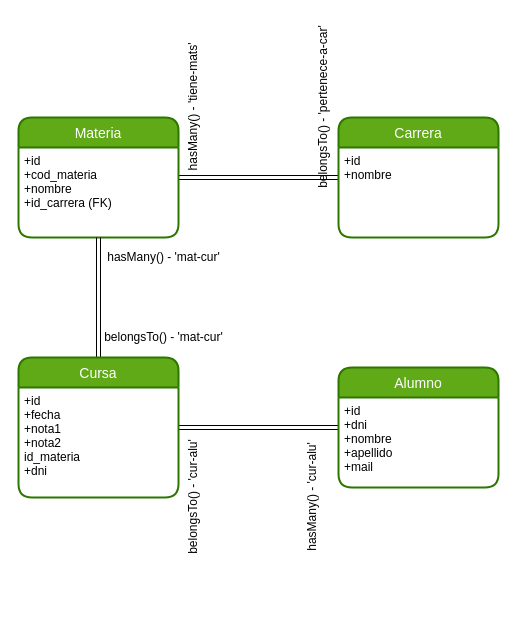
Earlier version of the draw.io diagram diagrama.drawio (Mondone/proyecto-unahur). Source tidied: cells renumbered, new cells numbered last; positions are measured from the earlier drawing's top-left corner, leaving out a move shared by most shapes. Both pictures are drawn from the tidied source at 100%, with x=0, y=0 at pixel (18, 97).
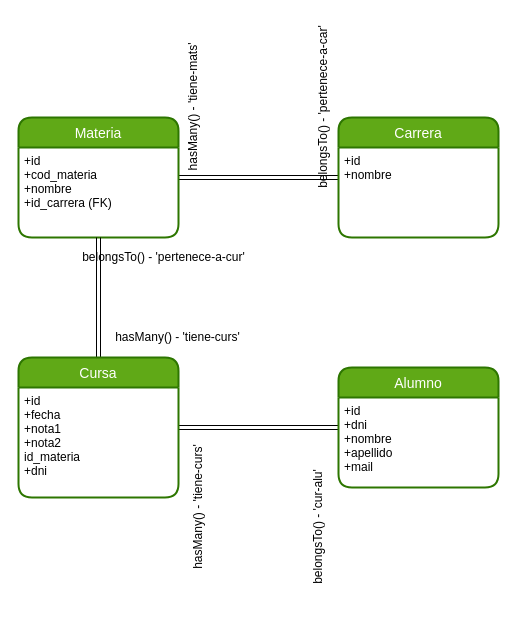
After the change.

Diff of the diagram source:
```diff
@@
 <mxGraphModel>
   <root>
     <mxCell id="0" />
     <mxCell id="1" parent="0" />
     <mxCell id="2" style="edgeStyle=none;html=1;shape=link;" parent="1" edge="1" source="3" target="5">
       <mxGeometry relative="1" as="geometry" />
     </mxCell>
     <mxCell id="3" value="Carrera" style="swimlane;horizontal=1;startSize=30;rounded=1;fontSize=14;fontStyle=0;strokeWidth=2;shadow=0;dashed=0;align=center;fillColor=#60a917;fontColor=#ffffff;strokeColor=#2D7600;gradientColor=none;swimlaneFillColor=default;" parent="1" vertex="1">
       <mxGeometry x="320" y="20" width="160" height="120" as="geometry" />
     </mxCell>
     <mxCell id="4" value="+id&#10;+nombre" style="align=left;strokeColor=none;fillColor=none;spacingLeft=4;fontSize=12;verticalAlign=top;" parent="3" vertex="1">
       <mxGeometry y="30" width="160" height="90" as="geometry" />
     </mxCell>
     <mxCell id="5" value="Materia" style="swimlane;horizontal=1;startSize=30;rounded=1;fontSize=14;fontStyle=0;strokeWidth=2;shadow=0;dashed=0;align=center;fillColor=#60a917;fontColor=#ffffff;strokeColor=#2D7600;swimlaneFillColor=default;" parent="1" vertex="1">
       <mxGeometry y="20" width="160" height="120" as="geometry" />
     </mxCell>
     <mxCell id="6" value="+id&#10;+cod_materia&#10;+nombre&#10;+id_carrera (FK)" style="align=left;strokeColor=none;fillColor=none;spacingLeft=4;fontSize=12;verticalAlign=top;" parent="5" vertex="1">
       <mxGeometry y="30" width="160" height="90" as="geometry" />
     </mxCell>
     <mxCell id="7" style="edgeStyle=none;html=1;shape=link;" parent="1" edge="1" source="8" target="11">
       <mxGeometry relative="1" as="geometry" />
     </mxCell>
     <mxCell id="8" value="Alumno" style="swimlane;horizontal=1;startSize=30;rounded=1;fontSize=14;fontStyle=0;strokeWidth=2;shadow=0;dashed=0;align=center;fillColor=#60a917;fontColor=#ffffff;strokeColor=#2D7600;swimlaneFillColor=default;" parent="1" vertex="1">
       <mxGeometry x="320" y="270" width="160" height="120" as="geometry" />
     </mxCell>
     <mxCell id="9" value="+id&#10;+dni&#10;+nombre&#10;+apellido&#10;+mail" style="align=left;strokeColor=none;fillColor=none;spacingLeft=4;fontSize=12;verticalAlign=top;" parent="8" vertex="1">
       <mxGeometry y="30" width="160" height="90" as="geometry" />
     </mxCell>
     <mxCell id="10" style="edgeStyle=none;html=1;exitX=0.5;exitY=0;exitDx=0;exitDy=0;strokeColor=default;shape=link;" parent="1" edge="1" source="11" target="6">
       <mxGeometry relative="1" as="geometry" />
     </mxCell>
     <mxCell id="11" value="Cursa" style="swimlane;horizontal=1;startSize=30;rounded=1;fontSize=14;fontStyle=0;strokeWidth=2;shadow=0;dashed=0;align=center;fillColor=#60a917;fontColor=#ffffff;strokeColor=#2D7600;swimlaneFillColor=default;" parent="1" vertex="1">
       <mxGeometry y="260" width="160" height="140" as="geometry" />
     </mxCell>
     <mxCell id="12" value="+id&#10;+fecha&#10;+nota1&#10;+nota2&#10;id_materia&#10;+dni" style="align=left;strokeColor=none;fillColor=none;spacingLeft=4;fontSize=12;verticalAlign=top;" parent="11" vertex="1">
       <mxGeometry y="30" width="160" height="110" as="geometry" />
     </mxCell>
     <mxCell id="13" value="hasMany() - 'tiene-mats'" style="text;html=1;align=center;verticalAlign=middle;fillColor=none;strokeColor=none;rounded=0;rotation=-90;" parent="1" vertex="1">
       <mxGeometry x="105" width="140" height="20" as="geometry" />
     </mxCell>
     <mxCell id="14" value="belongsTo() - 'pertenece-a-car'" style="text;html=1;align=center;verticalAlign=middle;fillColor=none;strokeColor=none;rounded=0;rotation=-90;" parent="1" vertex="1">
       <mxGeometry x="215" width="180" height="20" as="geometry" />
     </mxCell>
-    <mxCell id="15" value="belongsTo() - 'mat-cur'" style="text;html=1;align=center;verticalAlign=middle;fillColor=none;strokeColor=none;rounded=0;" parent="1" vertex="1">
-      <mxGeometry x="80" y="230" width="130" height="20" as="geometry" />
+    <mxCell id="15" value="belongsTo() - 'pertenece-a-cur'" style="text;html=1;align=center;verticalAlign=middle;fillColor=none;strokeColor=none;rounded=0;" parent="1" vertex="1">
+      <mxGeometry x="55" y="150" width="180" height="20" as="geometry" />
     </mxCell>
-    <mxCell id="16" value="hasMany() - 'mat-cur'" style="text;html=1;align=center;verticalAlign=middle;fillColor=none;strokeColor=none;rounded=0;" parent="1" vertex="1">
-      <mxGeometry x="80" y="150" width="130" height="20" as="geometry" />
+    <mxCell id="16" value="hasMany() - 'tiene-curs'" style="text;html=1;align=center;verticalAlign=middle;fillColor=none;strokeColor=none;rounded=0;" parent="1" vertex="1">
+      <mxGeometry x="89" y="230" width="140" height="20" as="geometry" />
     </mxCell>
-    <mxCell id="17" value="hasMany() - 'cur-alu'" style="text;html=1;align=center;verticalAlign=middle;fillColor=none;strokeColor=none;rounded=0;rotation=-90;" parent="1" vertex="1">
-      <mxGeometry x="234" y="390" width="120" height="20" as="geometry" />
+    <mxCell id="17" value="hasMany() - 'tiene-curs'" style="text;html=1;align=center;verticalAlign=middle;fillColor=none;strokeColor=none;rounded=0;rotation=-90;" parent="1" vertex="1">
+      <mxGeometry x="110" y="400" width="140" height="20" as="geometry" />
     </mxCell>
     <mxCell id="18" value="belongsTo() - 'cur-alu'" style="text;html=1;align=center;verticalAlign=middle;fillColor=none;strokeColor=none;rounded=0;rotation=-90;" parent="1" vertex="1">
-      <mxGeometry x="110" y="390" width="130" height="20" as="geometry" />
+      <mxGeometry x="210" y="420" width="180" height="20" as="geometry" />
     </mxCell>
   </root>
 </mxGraphModel>
```
